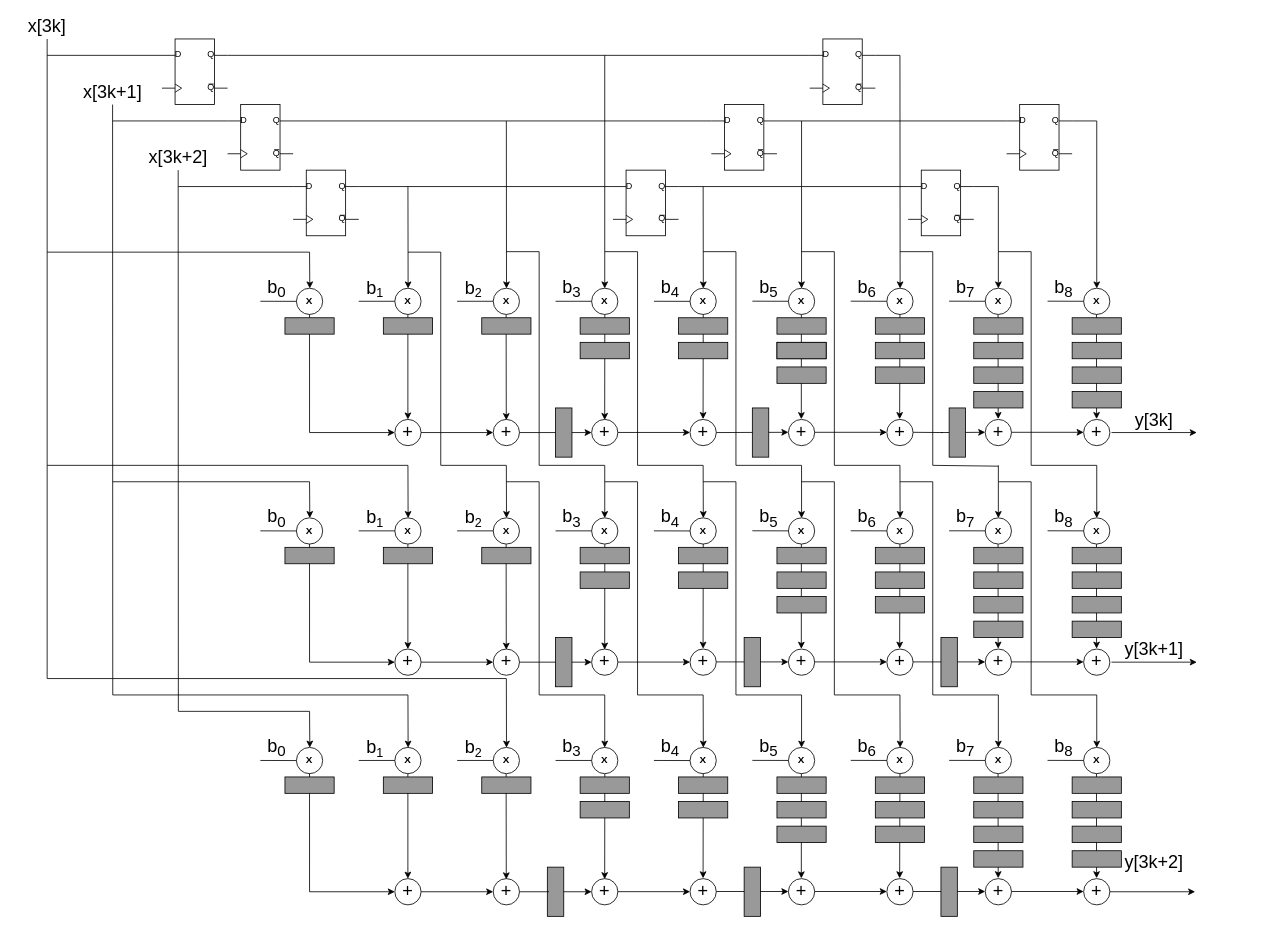
Before: page "Fir_unfolded_pipelined" (3 of 4) of LAB1/fir_filter.drawio in notogp/Labs_ISA_Group26, a draw.io diagram. Source tidied: cells renumbered, new cells numbered last; positions are measured from the earlier drawing's top-left corner, leaving out a move shared by most shapes. Both pictures are drawn from the tidied source at 82%, with x=0, y=0 at pixel (14, 14).
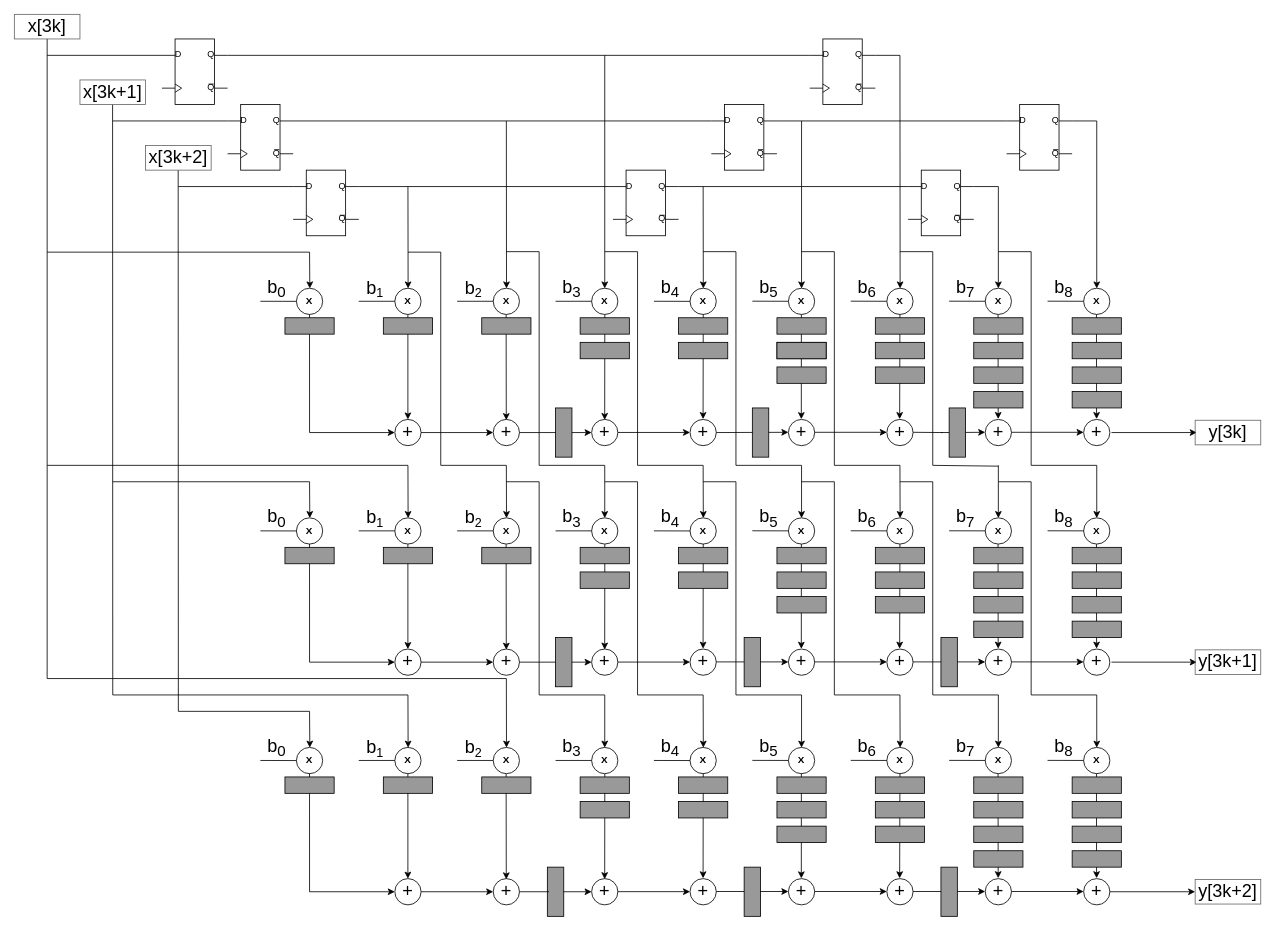
The same page after the edit.

What changed in the source:
```diff
@@
     <mxCell id="88" value="y[3k]" style="text;html=1;strokeColor=none;fillColor=none;align=center;verticalAlign=middle;whiteSpace=wrap;rounded=0;fontSize=22;" parent="1" vertex="1">
-      <mxGeometry x="1360" y="480" width="60" height="30" as="geometry" />
+      <mxGeometry x="1450" y="495" width="60" height="30" as="geometry" />
     </mxCell>
@@
     <mxCell id="168" value="y[3k+1]" style="text;html=1;strokeColor=none;fillColor=none;align=center;verticalAlign=middle;whiteSpace=wrap;rounded=0;fontSize=22;" parent="1" vertex="1">
-      <mxGeometry x="1360" y="760" width="60" height="30" as="geometry" />
+      <mxGeometry x="1450" y="775" width="60" height="30" as="geometry" />
     </mxCell>
@@
     <mxCell id="249" value="y[3k+2]" style="text;html=1;strokeColor=none;fillColor=none;align=center;verticalAlign=middle;whiteSpace=wrap;rounded=0;fontSize=22;" parent="1" vertex="1">
-      <mxGeometry x="1360" y="1020" width="60" height="30" as="geometry" />
+      <mxGeometry x="1450" y="1055" width="60" height="30" as="geometry" />
     </mxCell>
@@
+    <mxCell id="390" style="rounded=0;whiteSpace=wrap;html=1;fillColor=none;fontColor=#333333;strokeColor=#666666;" parent="1" vertex="1">
+      <mxGeometry width="80" height="30" as="geometry" />
+    </mxCell>
+    <mxCell id="391" style="rounded=0;whiteSpace=wrap;html=1;fillColor=none;fontColor=#333333;strokeColor=#666666;" parent="1" vertex="1">
+      <mxGeometry x="80" y="80" width="80" height="30" as="geometry" />
+    </mxCell>
+    <mxCell id="392" style="rounded=0;whiteSpace=wrap;html=1;fillColor=none;fontColor=#333333;strokeColor=#666666;" parent="1" vertex="1">
+      <mxGeometry x="160" y="160" width="80" height="30" as="geometry" />
+    </mxCell>
+    <mxCell id="393" style="rounded=0;whiteSpace=wrap;html=1;fillColor=none;fontColor=#333333;strokeColor=#666666;" parent="1" vertex="1">
+      <mxGeometry x="1440" y="495" width="80" height="30" as="geometry" />
+    </mxCell>
+    <mxCell id="394" style="rounded=0;whiteSpace=wrap;html=1;fillColor=none;fontColor=#333333;strokeColor=#666666;" parent="1" vertex="1">
+      <mxGeometry x="1440" y="775" width="80" height="30" as="geometry" />
+    </mxCell>
+    <mxCell id="395" style="rounded=0;whiteSpace=wrap;html=1;fillColor=none;fontColor=#333333;strokeColor=#666666;" parent="1" vertex="1">
+      <mxGeometry x="1440" y="1055" width="80" height="30" as="geometry" />
+    </mxCell>
```
